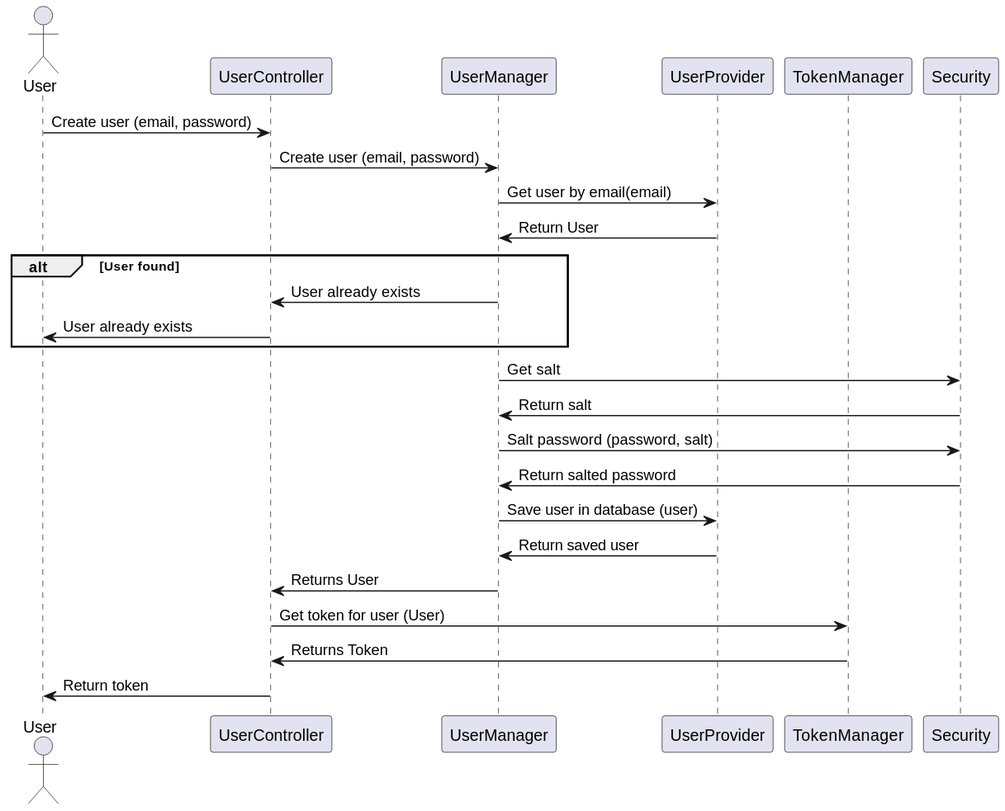
Earlier version of the PlantUML export Docs/out/SDDiagrams/CreateUserSD/Create User SD.svg (blackout1471/trust-us-school).
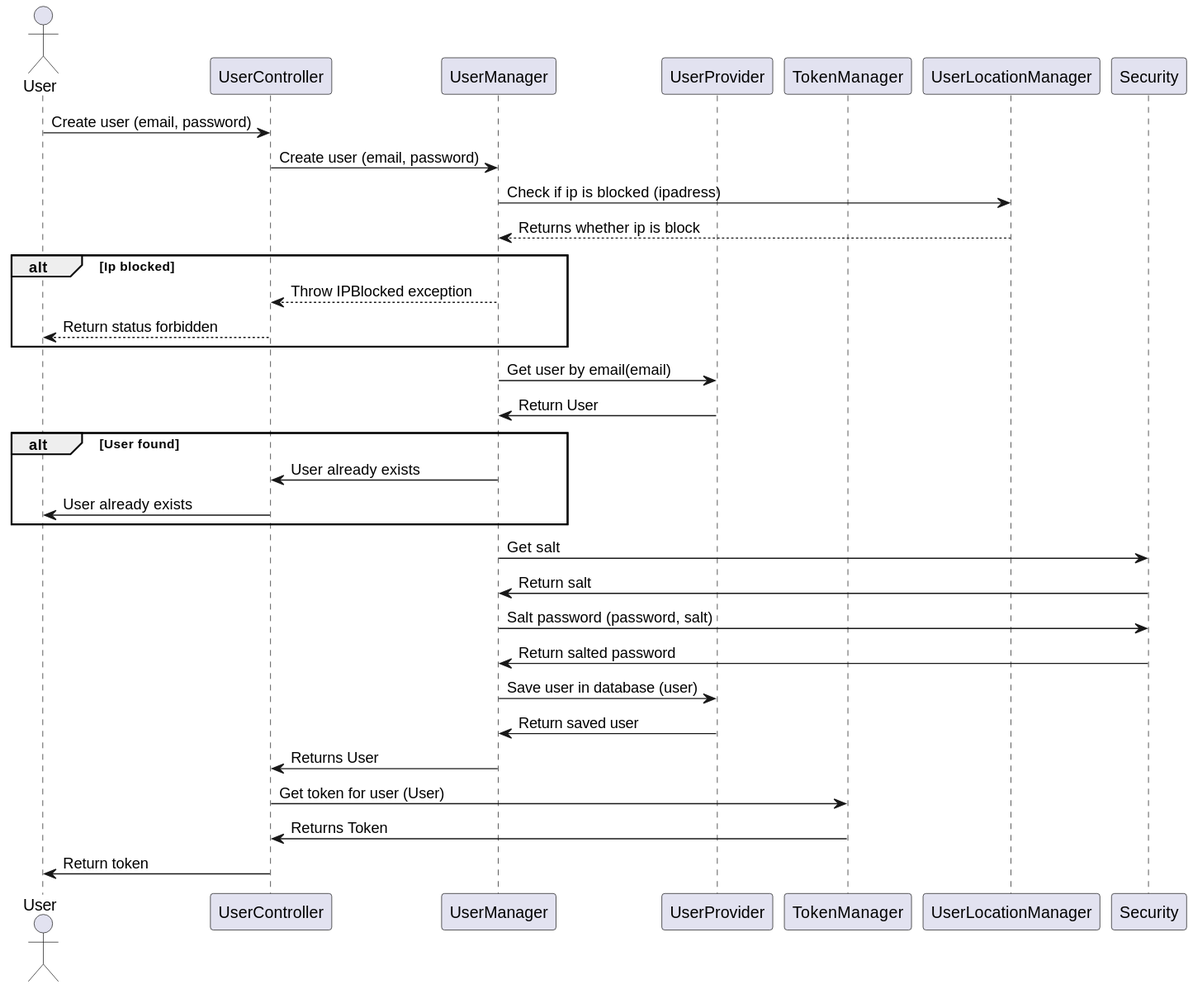
Later version of the same file.

The edit, as a diff of the source:
```diff
@@ -6,10 +6,21 @@
 participant UserManager
 participant UserProvider
 participant TokenManager
+participant UserLocationManager
 participant Security
+
+
 
 User->UserController: Create user (email, password)
 UserController->UserManager: Create user (email, password)
+UserManager->UserLocationManager: Check if ip is blocked (ipadress)
+UserLocationManager-->UserManager: Returns whether ip is block
+
+alt Ip blocked
+UserManager-->UserController: Throw IPBlocked exception
+UserController-->User: Return status forbidden
+end
+
 UserManager->UserProvider: Get user by email(email)
 UserProvider->UserManager: Return User
 
```
